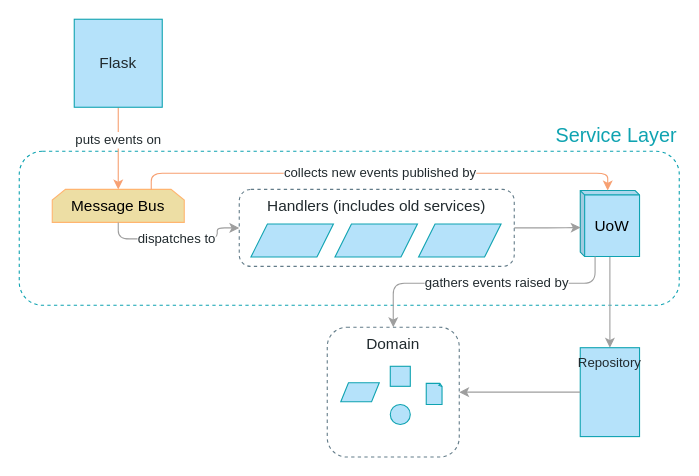
cosmicpython/book keeps this draw.io diagram as page "Chapter 9" (7 of 11) of maps.drawio. Above is the earlier version. Source tidied: cells renumbered, new cells numbered last; positions are measured from the earlier drawing's top-left corner, leaving out a move shared by most shapes. Both pictures are drawn from the tidied source at 110%, with x=0, y=0 at pixel (19, 19).
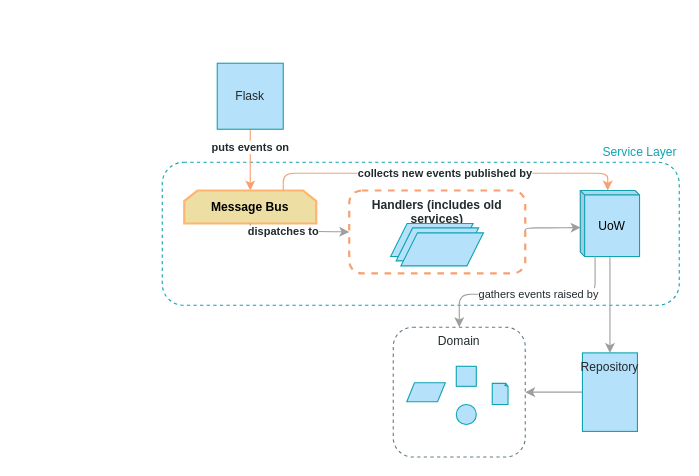
Above is the later version.

Change to the diagram source:
```diff
@@
-    <mxCell id="2" value="Service Layer" style="rounded=1;whiteSpace=wrap;html=1;shadow=0;dashed=1;fontFamily=Guardian Sans Cond Light;fontSize=18;fontColor=#0FA3B1;align=right;strokeColor=#0FA3B1;gradientColor=#ffffff;fillColor=none;labelPosition=center;verticalLabelPosition=top;verticalAlign=bottom;" parent="1" vertex="1">
-      <mxGeometry y="120" width="600" height="140" as="geometry" />
+    <mxCell id="2" value="Service Layer" style="rounded=1;whiteSpace=wrap;html=1;shadow=0;dashed=1;fontFamily=Guardian Sans Cond Light;fontSize=11;fontColor=#0FA3B1;align=right;strokeColor=#0FA3B1;gradientColor=#ffffff;fillColor=none;labelPosition=center;verticalLabelPosition=top;verticalAlign=bottom;" parent="1" vertex="1">
+      <mxGeometry x="130" y="130" width="470" height="130" as="geometry" />
     </mxCell>
-    <mxCell id="3" value="puts events on" style="edgeStyle=orthogonalEdgeStyle;jettySize=auto;html=1;entryX=0.5;entryY=0;entryDx=0;entryDy=0;strokeColor=#F7A072;fillColor=#B5E2FA;fontFamily=Guardian Sans Cond Light;fontSize=12;fontColor=#212A2E;verticalAlign=middle;exitX=0.5;exitY=1;exitDx=0;exitDy=0;" parent="1" edge="1" source="4" target="7">
-      <mxGeometry x="-0.2" relative="1" as="geometry">
+    <mxCell id="3" value="puts events on" style="edgeStyle=orthogonalEdgeStyle;jettySize=auto;html=1;entryX=0.5;entryY=0;entryDx=0;entryDy=0;strokeColor=#F7A072;fillColor=#B5E2FA;fontFamily=Guardian Sans Cond Light;fontSize=10;fontColor=#212A2E;verticalAlign=middle;exitX=0.5;exitY=1;exitDx=0;exitDy=0;fontStyle=1;" parent="1" edge="1" source="4" target="7">
+      <mxGeometry x="-0.43" relative="1" as="geometry">
         <Array as="points">
-          <mxPoint x="90" y="80" />
+          <mxPoint x="210" y="120" />
+          <mxPoint x="210" y="120" />
         </Array>
       </mxGeometry>
     </mxCell>
-    <mxCell id="4" value="Flask" style="whiteSpace=wrap;html=1;strokeColor=#0FA3B1;fillColor=#B5E2FA;gradientColor=none;fontFamily=Guardian Sans Cond Light;fontSize=14;fontColor=#212A2E;" parent="1" vertex="1">
-      <mxGeometry x="50" width="80" height="80" as="geometry" />
+    <mxCell id="4" value="Flask" style="whiteSpace=wrap;html=1;strokeColor=#0FA3B1;fillColor=#B5E2FA;gradientColor=none;fontFamily=Guardian Sans Cond Light;fontSize=11;fontColor=#212A2E;" parent="1" vertex="1">
+      <mxGeometry x="180" y="40" width="60" height="60" as="geometry" />
     </mxCell>
-    <mxCell id="5" style="edgeStyle=orthogonalEdgeStyle;jettySize=auto;html=1;strokeColor=#9E9E9E;fillColor=#B5E2FA;fontFamily=Guardian Sans Cond Light;fontSize=12;fontColor=#212A2E;" parent="1" edge="1" source="6" target="8">
+    <mxCell id="5" style="edgeStyle=orthogonalEdgeStyle;jettySize=auto;html=1;strokeColor=#9E9E9E;fillColor=#B5E2FA;fontFamily=Guardian Sans Cond Light;fontSize=11;fontColor=#212A2E;" parent="1" edge="1" source="6" target="8">
       <mxGeometry relative="1" as="geometry" />
     </mxCell>
-    <mxCell id="6" value="UoW" style="shape=cube;whiteSpace=wrap;html=1;boundedLbl=1;backgroundOutline=1;darkOpacity=0.05;darkOpacity2=0.1;fontFamily=Guardian Sans Cond Light;fontSize=14;fontColor=#000000;align=center;strokeColor=#0FA3B1;fillColor=#B5E2FA;size=4;" parent="1" vertex="1">
+    <mxCell id="6" value="UoW" style="shape=cube;whiteSpace=wrap;html=1;boundedLbl=1;backgroundOutline=1;darkOpacity=0.05;darkOpacity2=0.1;fontFamily=Guardian Sans Cond Light;fontSize=11;fontColor=#000000;align=center;strokeColor=#0FA3B1;fillColor=#B5E2FA;size=4;" parent="1" vertex="1">
       <mxGeometry x="510" y="155.7" width="53.9" height="60" as="geometry" />
     </mxCell>
-    <mxCell id="7" value="Message Bus" style="shape=loopLimit;whiteSpace=wrap;html=1;fontFamily=Guardian Sans Cond Light;fontSize=14;fontColor=#000000;align=center;strokeColor=#FFB570;fillColor=#EDDEA4;size=12;" parent="1" vertex="1">
-      <mxGeometry x="30" y="154.7" width="120" height="30" as="geometry" />
+    <mxCell id="7" value="Message Bus" style="shape=loopLimit;whiteSpace=wrap;html=1;fontFamily=Guardian Sans Cond Light;fontSize=11;fontColor=#000000;align=center;strokeColor=#FFB570;fillColor=#EDDEA4;size=12;fontStyle=1;strokeWidth=2;" parent="1" vertex="1">
+      <mxGeometry x="150" y="155.7" width="120" height="30" as="geometry" />
     </mxCell>
-    <mxCell id="8" value="Repository" style="whiteSpace=wrap;html=1;strokeColor=#0FA3B1;fillColor=#B5E2FA;gradientColor=none;fontFamily=Guardian Sans Cond Light;fontSize=12;fontColor=#212A2E;verticalAlign=top;" parent="1" vertex="1">
-      <mxGeometry x="510" y="298.6" width="53.9" height="80.8" as="geometry" />
+    <mxCell id="8" value="Repository" style="whiteSpace=wrap;html=1;strokeColor=#0FA3B1;fillColor=#B5E2FA;gradientColor=none;fontFamily=Guardian Sans Cond Light;fontSize=11;fontColor=#212A2E;verticalAlign=top;" parent="1" vertex="1">
+      <mxGeometry x="512" y="303.3" width="50" height="71.4" as="geometry" />
     </mxCell>
-    <mxCell id="9" value="gathers events raised by" style="edgeStyle=orthogonalEdgeStyle;jettySize=auto;html=1;strokeColor=#9e9e9e;fillColor=#B5E2FA;fontFamily=Guardian Sans Cond Light;fontSize=12;fontColor=#212A2E;exitX=0.25;exitY=1;exitDx=0;exitDy=0;entryX=0.5;entryY=0;entryDx=0;entryDy=0;" parent="1" edge="1" source="6" target="19">
+    <mxCell id="9" value="gathers events raised by" style="edgeStyle=orthogonalEdgeStyle;jettySize=auto;html=1;strokeColor=#9E9E9E;fillColor=#B5E2FA;fontFamily=Guardian Sans Cond Light;fontSize=10;fontColor=#212A2E;exitX=0.25;exitY=1;exitDx=0;exitDy=0;entryX=0.5;entryY=0;entryDx=0;entryDy=0;" parent="1" edge="1" source="6" target="19">
       <mxGeometry x="-0.08" relative="1" as="geometry">
         <Array as="points">
-          <mxPoint x="523" y="240" />
-          <mxPoint x="340" y="240" />
+          <mxPoint x="524" y="250" />
+          <mxPoint x="400" y="250" />
         </Array>
       </mxGeometry>
     </mxCell>
-    <mxCell id="10" value="collects new events published by" style="edgeStyle=orthogonalEdgeStyle;jettySize=auto;html=1;strokeColor=#F7A072;fillColor=#B5E2FA;fontFamily=Guardian Sans Cond Light;fontSize=12;fontColor=#212A2E;entryX=0;entryY=0;entryDx=24.962184873949578;entryDy=0;entryPerimeter=0;exitX=0.75;exitY=0;exitDx=0;exitDy=0;" parent="1" edge="1" source="7" target="6">
+    <mxCell id="10" value="collects new events published by" style="edgeStyle=orthogonalEdgeStyle;jettySize=auto;html=1;strokeColor=#F7A072;fillColor=#B5E2FA;fontFamily=Guardian Sans Cond Light;fontSize=10;fontColor=#212A2E;entryX=0;entryY=0;entryDx=24.962184873949578;entryDy=0;entryPerimeter=0;exitX=0.75;exitY=0;exitDx=0;exitDy=0;fontStyle=1;" parent="1" edge="1" source="7" target="6">
       <mxGeometry relative="1" as="geometry">
         <Array as="points">
-          <mxPoint x="120" y="140" />
+          <mxPoint x="240" y="140" />
           <mxPoint x="535" y="140" />
         </Array>
       </mxGeometry>
     </mxCell>
-    <mxCell id="11" value="dispatches to" style="edgeStyle=orthogonalEdgeStyle;jettySize=auto;html=1;strokeColor=#9E9E9E;fillColor=#B5E2FA;fontFamily=Guardian Sans Cond Light;fontSize=12;fontColor=#212A2E;exitX=0.5;exitY=1;exitDx=0;exitDy=0;entryX=0;entryY=0.5;entryDx=0;entryDy=0;" parent="1" edge="1" source="7" target="14">
-      <mxGeometry relative="1" as="geometry">
+    <mxCell id="11" value="dispatches to" style="edgeStyle=orthogonalEdgeStyle;jettySize=auto;html=1;strokeColor=#9E9E9E;fillColor=#B5E2FA;fontFamily=Guardian Sans Cond Light;fontSize=10;fontColor=#212A2E;exitX=0.5;exitY=1;exitDx=0;exitDy=0;entryX=0;entryY=0.5;entryDx=0;entryDy=0;fontStyle=1;" parent="1" edge="1" source="7" target="14">
+      <mxGeometry x="-0.24" relative="1" as="geometry">
         <Array as="points">
-          <mxPoint x="90" y="199.7" />
-          <mxPoint x="180" y="199.7" />
-          <mxPoint x="180" y="189.7" />
+          <mxPoint x="210" y="193" />
+          <mxPoint x="280" y="193" />
         </Array>
       </mxGeometry>
     </mxCell>
-    <mxCell id="12" style="edgeStyle=orthogonalEdgeStyle;jettySize=auto;html=1;strokeColor=#9E9E9E;fillColor=#B5E2FA;fontFamily=Guardian Sans Cond Light;fontSize=12;fontColor=#212A2E;exitX=0;exitY=0.5;exitDx=0;exitDy=0;" parent="1" edge="1" source="8" target="19">
+    <mxCell id="12" style="edgeStyle=orthogonalEdgeStyle;jettySize=auto;html=1;strokeColor=#9E9E9E;fillColor=#B5E2FA;fontFamily=Guardian Sans Cond Light;fontSize=11;fontColor=#212A2E;exitX=0;exitY=0.5;exitDx=0;exitDy=0;" parent="1" edge="1" source="8" target="19">
       <mxGeometry relative="1" as="geometry" />
     </mxCell>
-    <mxCell id="13" style="group;" parent="1" vertex="1">
-      <mxGeometry x="190" y="154.7" width="272.9" height="70" as="geometry" />
-    </mxCell>
-    <mxCell id="14" value="Handlers (includes old services)" style="rounded=1;whiteSpace=wrap;html=1;fontFamily=Guardian Sans Cond Light;verticalAlign=top;fontSize=14;fontColor=#212A2E;fillColor=none;strokeColor=#637C89;fontStyle=0;dashed=1;" parent="13" vertex="1">
-      <mxGeometry x="10" width="250" height="70" as="geometry" />
-    </mxCell>
-    <mxCell id="15" style="shape=parallelogram;perimeter=parallelogramPerimeter;whiteSpace=wrap;html=1;fontFamily=Guardian Sans Cond Light;fontSize=14;fontColor=#212A2E;align=center;strokeColor=#0FA3B1;fillColor=#B5E2FA;" parent="13" vertex="1">
-      <mxGeometry x="20.6" y="31.5" width="75" height="30" as="geometry" />
-    </mxCell>
-    <mxCell id="16" style="shape=parallelogram;perimeter=parallelogramPerimeter;whiteSpace=wrap;html=1;fontFamily=Guardian Sans Cond Light;fontSize=14;fontColor=#212A2E;align=center;strokeColor=#0FA3B1;fillColor=#B5E2FA;" parent="13" vertex="1">
-      <mxGeometry x="97" y="31.5" width="75" height="30" as="geometry" />
-    </mxCell>
-    <mxCell id="17" style="shape=parallelogram;perimeter=parallelogramPerimeter;whiteSpace=wrap;html=1;fontFamily=Guardian Sans Cond Light;fontSize=12;fontColor=#212A2E;align=center;strokeColor=#0FA3B1;fillColor=#B5E2FA;" parent="13" vertex="1">
-      <mxGeometry x="173" y="31.5" width="75" height="30" as="geometry" />
-    </mxCell>
-    <mxCell id="18" style="group;" parent="1" vertex="1">
-      <mxGeometry x="280" y="280" width="120" height="118" as="geometry" />
+    <mxCell id="18" style="group;fontSize=11;" parent="1" vertex="1">
+      <mxGeometry x="340" y="280" width="120" height="118" as="geometry" />
     </mxCell>
-    <mxCell id="19" value="Domain" style="rounded=1;whiteSpace=wrap;html=1;fontFamily=Guardian Sans Cond Light;verticalAlign=top;fontSize=14;fontColor=#212A2E;fillColor=none;strokeColor=#637C89;dashed=1;" parent="18" vertex="1">
+    <mxCell id="19" value="Domain" style="rounded=1;whiteSpace=wrap;html=1;fontFamily=Guardian Sans Cond Light;verticalAlign=top;fontSize=11;fontColor=#212A2E;fillColor=none;strokeColor=#637C89;dashed=1;" parent="18" vertex="1">
       <mxGeometry width="120" height="118" as="geometry" />
     </mxCell>
-    <mxCell id="20" style="whiteSpace=wrap;html=1;fontSize=14;strokeColor=#0FA3B1;fillColor=#B5E2FA;fontFamily=Guardian Sans Cond Light;" parent="18" vertex="1">
+    <mxCell id="20" style="whiteSpace=wrap;html=1;fontSize=11;strokeColor=#0FA3B1;fillColor=#B5E2FA;fontFamily=Guardian Sans Cond Light;" parent="18" vertex="1">
       <mxGeometry x="57.3" y="35.5" width="18.2" height="18.2" as="geometry" />
     </mxCell>
-    <mxCell id="21" style="ellipse;whiteSpace=wrap;html=1;fontSize=14;strokeColor=#0FA3B1;fillColor=#B5E2FA;fontFamily=Guardian Sans Cond Light;" parent="18" vertex="1">
+    <mxCell id="21" style="ellipse;whiteSpace=wrap;html=1;fontSize=11;strokeColor=#0FA3B1;fillColor=#B5E2FA;fontFamily=Guardian Sans Cond Light;" parent="18" vertex="1">
       <mxGeometry x="57.3" y="70.2" width="18.2" height="18.2" as="geometry" />
     </mxCell>
-    <mxCell id="22" style="shape=parallelogram;perimeter=parallelogramPerimeter;whiteSpace=wrap;html=1;fontFamily=Guardian Sans Cond Light;fontSize=14;fontColor=#000000;align=center;strokeColor=#0FA3B1;fillColor=#B5E2FA;" parent="18" vertex="1">
+    <mxCell id="22" style="shape=parallelogram;perimeter=parallelogramPerimeter;whiteSpace=wrap;html=1;fontFamily=Guardian Sans Cond Light;fontSize=11;fontColor=#000000;align=center;strokeColor=#0FA3B1;fillColor=#B5E2FA;" parent="18" vertex="1">
       <mxGeometry x="12.3" y="50.4" width="35" height="17.3" as="geometry" />
     </mxCell>
-    <mxCell id="23" style="whiteSpace=wrap;html=1;shape=mxgraph.basic.document;rounded=1;strokeColor=#0FA3B1;fillColor=#B5E2FA;fontFamily=Guardian Sans Cond Light;fontSize=12;" parent="18" vertex="1">
+    <mxCell id="23" style="whiteSpace=wrap;html=1;shape=mxgraph.basic.document;rounded=1;strokeColor=#0FA3B1;fillColor=#B5E2FA;fontFamily=Guardian Sans Cond Light;fontSize=11;" parent="18" vertex="1">
       <mxGeometry x="90" y="51" width="14.5" height="19.2" as="geometry" />
     </mxCell>
-    <mxCell id="24" style="edgeStyle=orthogonalEdgeStyle;jettySize=auto;html=1;strokeColor=#9E9E9E;fillColor=#B5E2FA;fontFamily=Guardian Sans Cond Light;fontSize=12;fontColor=#212A2E;exitX=1;exitY=0.5;exitDx=0;exitDy=0;entryX=0.006;entryY=0.561;entryDx=0;entryDy=0;entryPerimeter=0;" parent="1" edge="1" source="14" target="6">
+    <mxCell id="24" style="edgeStyle=orthogonalEdgeStyle;jettySize=auto;html=1;strokeColor=#9E9E9E;fillColor=#B5E2FA;fontFamily=Guardian Sans Cond Light;fontSize=11;fontColor=#212A2E;exitX=1;exitY=0.5;exitDx=0;exitDy=0;entryX=0.006;entryY=0.561;entryDx=0;entryDy=0;entryPerimeter=0;" parent="1" edge="1" source="14" target="6">
       <mxGeometry relative="1" as="geometry">
         <Array as="points">
           <mxPoint x="490" y="189.7" />
           <mxPoint x="490" y="188.7" />
         </Array>
       </mxGeometry>
     </mxCell>
+    <mxCell id="25" style="group;fontSize=11;" parent="1" vertex="1">
+      <mxGeometry x="300" y="155.7" width="160" height="75.3" as="geometry" />
+    </mxCell>
+    <mxCell id="14" value="&lt;b&gt;Handlers (includes old services)&lt;/b&gt;" style="rounded=1;whiteSpace=wrap;html=1;fontFamily=Guardian Sans Cond Light;verticalAlign=top;fontSize=11;fontColor=#212A2E;fillColor=none;strokeColor=#F7A072;fontStyle=0;dashed=1;strokeWidth=2;" parent="25" vertex="1">
+      <mxGeometry width="160" height="75.3" as="geometry" />
+    </mxCell>
+    <mxCell id="26" style="group;fontSize=11;" parent="25" vertex="1">
+      <mxGeometry x="37.6" y="30" width="84.4" height="38.5" as="geometry" />
+    </mxCell>
+    <mxCell id="27" style="group;fontSize=11;" parent="26" vertex="1">
+      <mxGeometry width="84.4" height="38.5" as="geometry" />
+    </mxCell>
+    <mxCell id="15" style="shape=parallelogram;perimeter=parallelogramPerimeter;whiteSpace=wrap;html=1;fontFamily=Guardian Sans Cond Light;fontSize=11;fontColor=#212A2E;align=center;strokeColor=#0FA3B1;fillColor=#B5E2FA;" parent="27" vertex="1">
+      <mxGeometry width="75" height="30" as="geometry" />
+    </mxCell>
+    <mxCell id="16" style="shape=parallelogram;perimeter=parallelogramPerimeter;whiteSpace=wrap;html=1;fontFamily=Guardian Sans Cond Light;fontSize=11;fontColor=#212A2E;align=center;strokeColor=#0FA3B1;fillColor=#B5E2FA;" parent="27" vertex="1">
+      <mxGeometry x="5" y="4" width="75" height="30" as="geometry" />
+    </mxCell>
+    <mxCell id="17" style="shape=parallelogram;perimeter=parallelogramPerimeter;whiteSpace=wrap;html=1;fontFamily=Guardian Sans Cond Light;fontSize=11;fontColor=#212A2E;align=center;strokeColor=#0FA3B1;fillColor=#B5E2FA;" parent="27" vertex="1">
+      <mxGeometry x="9.4" y="8.5" width="75" height="30" as="geometry" />
+    </mxCell>
```
